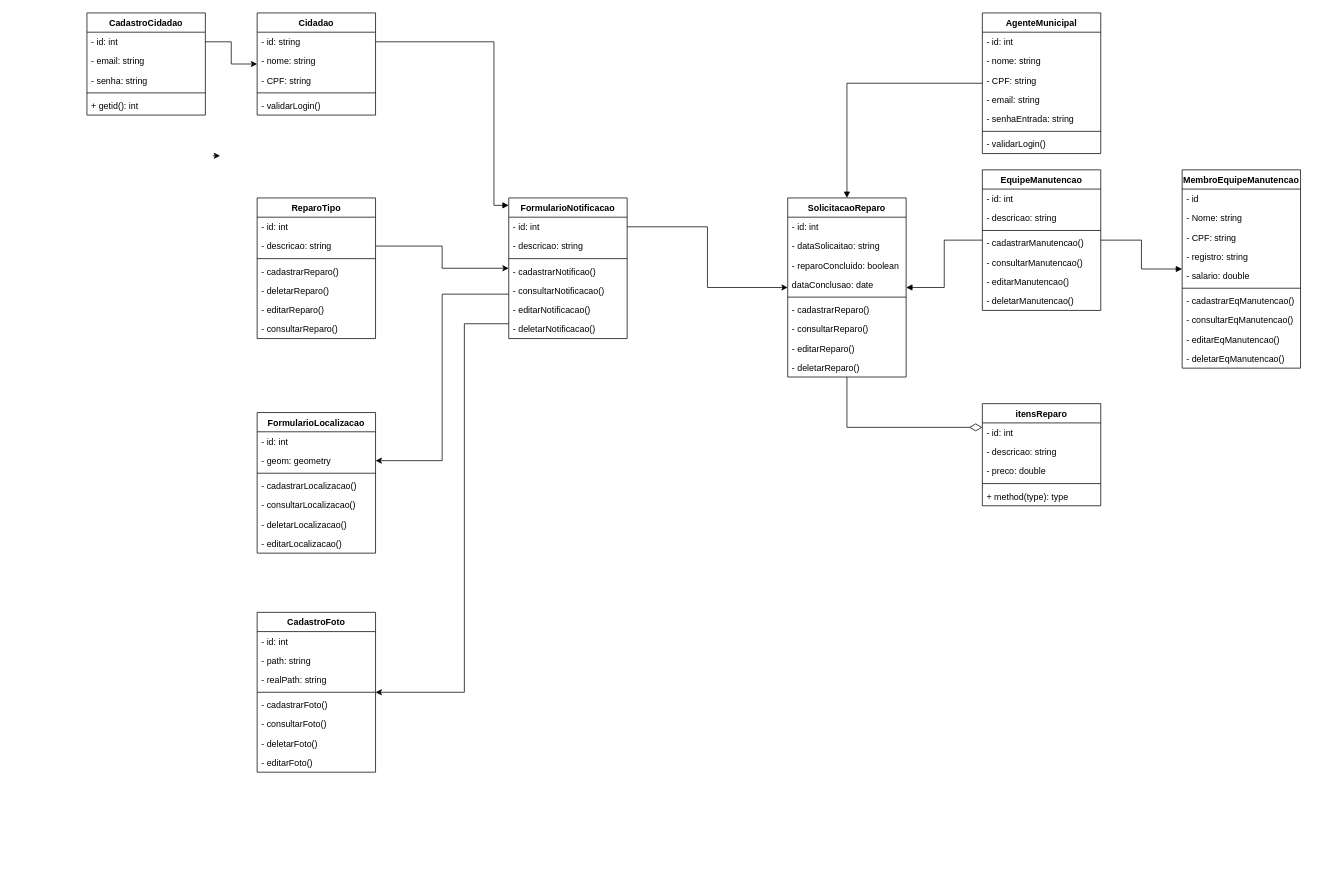
Earlier version of the draw.io diagram diagramas/classes.drawio (PuraFome/AEP-Segundo-Semestre-2022). Source tidied: cells renumbered, new cells numbered last; positions are measured from the earlier drawing's top-left corner, leaving out a move shared by most shapes. Both pictures are drawn from the tidied source at 74%, with x=0, y=0 at pixel (87, 13).
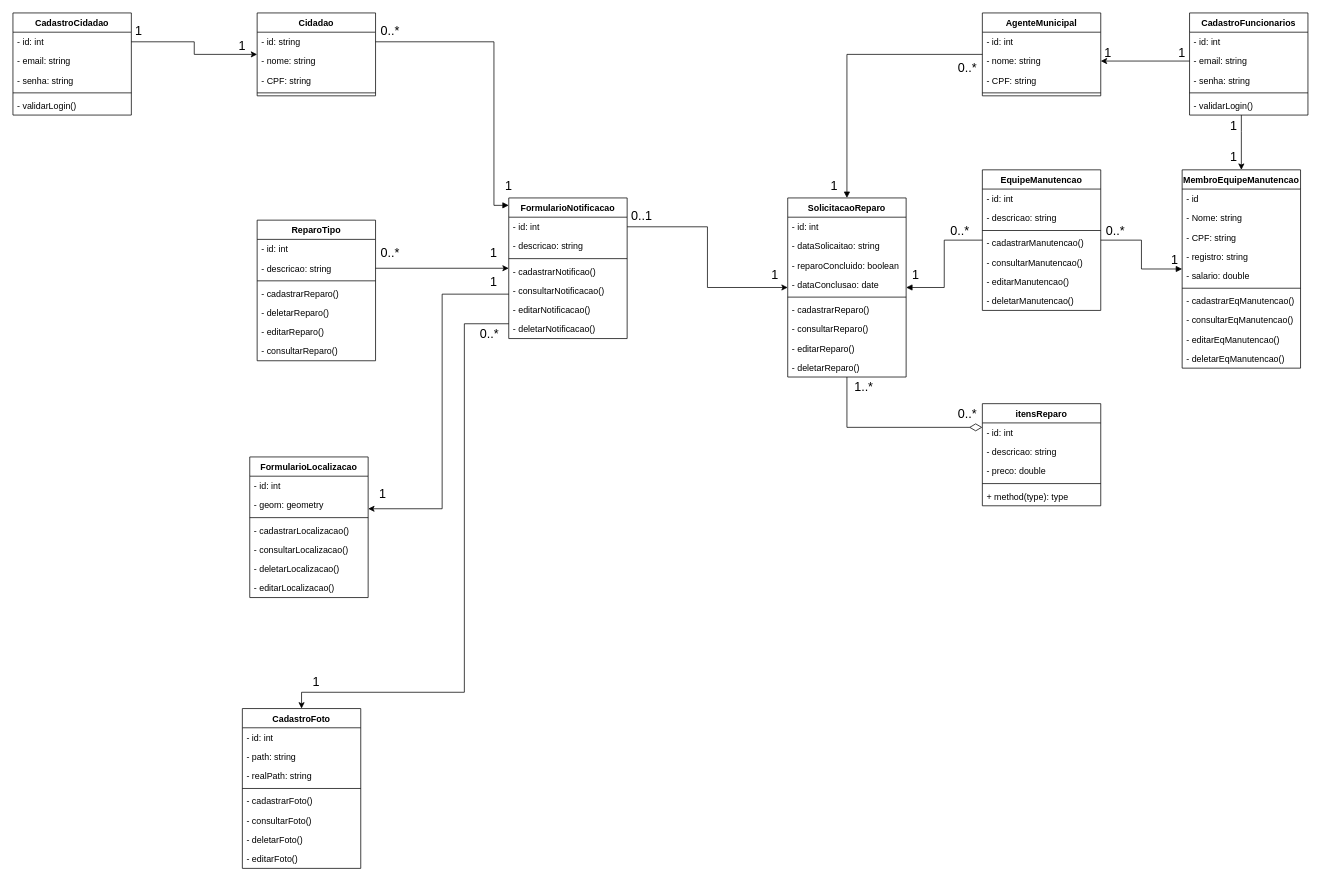
The same diagram, later.

The change refers to these unchanged cells:
```xml
<mxCell id="10" value="FormularioNotificacao" style="swimlane;fontStyle=1;align=center;verticalAlign=top;horizontal=1;startSize=26;" parent="1" vertex="1">
  <mxGeometry x="570" y="250" width="160" height="190" as="geometry" />
</mxCell>
<mxCell id="21" value="- geom: geometry" style="text;strokeColor=none;fillColor=none;align=left;verticalAlign=top;spacingLeft=4;spacingRight=4;overflow=hidden;points=[[0,0.5],[1,0.5]];portConstraint=eastwest;" parent="19" vertex="1">
  <mxGeometry y="52" width="160" height="26" as="geometry" />
</mxCell>
<mxCell id="39" value="SolicitacaoReparo" style="swimlane;fontStyle=1;align=center;verticalAlign=top;horizontal=1;startSize=26;" parent="1" vertex="1">
  <mxGeometry x="947" y="250" width="160" height="242" as="geometry" />
</mxCell>
<mxCell id="66" value="MembroEquipeManutencao" style="swimlane;fontStyle=1;align=center;verticalAlign=top;horizontal=1;startSize=26;" parent="1" vertex="1">
  <mxGeometry x="1480" y="212" width="160" height="268" as="geometry" />
</mxCell>
<mxCell id="87" value="- nome: string" style="text;strokeColor=none;fillColor=none;align=left;verticalAlign=top;spacingLeft=4;spacingRight=4;overflow=hidden;points=[[0,0.5],[1,0.5]];portConstraint=eastwest;" parent="85" vertex="1">
  <mxGeometry y="52" width="160" height="26" as="geometry" />
</mxCell>
```

What changed in the source:
```diff
@@
     <mxCell id="2" value="ReparoTipo" style="swimlane;fontStyle=1;align=center;verticalAlign=top;horizontal=1;startSize=26;" parent="1" vertex="1">
-      <mxGeometry x="230" y="250" width="160" height="190" as="geometry" />
+      <mxGeometry x="230" y="280" width="160" height="190" as="geometry" />
     </mxCell>
@@
     <mxCell id="19" value="FormularioLocalizacao" style="swimlane;fontStyle=1;align=center;verticalAlign=top;horizontal=1;startSize=26;" parent="1" vertex="1">
-      <mxGeometry x="230" y="540" width="160" height="190" as="geometry" />
+      <mxGeometry x="220" y="600" width="160" height="190" as="geometry" />
     </mxCell>
@@
     <mxCell id="27" style="edgeStyle=orthogonalEdgeStyle;rounded=0;jettySize=auto;html=1;" parent="1" edge="1" source="10" target="21">
       <mxGeometry relative="1" as="geometry">
         <Array as="points">
           <mxPoint x="480" y="380" />
-          <mxPoint x="480" y="605" />
+          <mxPoint x="480" y="670" />
         </Array>
       </mxGeometry>
     </mxCell>
     <mxCell id="28" value="CadastroFoto" style="swimlane;fontStyle=1;align=center;verticalAlign=top;horizontal=1;startSize=26;" parent="1" vertex="1">
-      <mxGeometry x="230" y="810" width="160" height="216" as="geometry" />
+      <mxGeometry x="210" y="940" width="160" height="216" as="geometry" />
     </mxCell>
@@
-    <mxCell id="43" value="dataConclusao: date" style="text;strokeColor=none;fillColor=none;align=left;verticalAlign=top;spacingLeft=4;spacingRight=4;overflow=hidden;" parent="39" vertex="1">
+    <mxCell id="43" value="- dataConclusao: date" style="text;strokeColor=none;fillColor=none;align=left;verticalAlign=top;spacingLeft=4;spacingRight=4;overflow=hidden;" parent="39" vertex="1">
       <mxGeometry y="104" width="160" height="26" as="geometry" />
     </mxCell>
@@
     <mxCell id="77" value="Cidadao" style="swimlane;fontStyle=1;align=center;verticalAlign=top;horizontal=1;startSize=26;" parent="1" vertex="1">
-      <mxGeometry x="230" width="160" height="138" as="geometry" />
+      <mxGeometry x="230" width="160" height="112" as="geometry" />
     </mxCell>
@@
-    <mxCell id="82" value="- validarLogin()" style="text;strokeColor=none;fillColor=none;align=left;verticalAlign=top;spacingLeft=4;spacingRight=4;overflow=hidden;" parent="77" vertex="1">
-      <mxGeometry y="112" width="160" height="26" as="geometry" />
-    </mxCell>
@@
     <mxCell id="85" value="AgenteMunicipal" style="swimlane;fontStyle=1;align=center;verticalAlign=top;horizontal=1;startSize=26;" parent="1" vertex="1">
-      <mxGeometry x="1210" width="160" height="190" as="geometry" />
+      <mxGeometry x="1210" width="160" height="112" as="geometry" />
     </mxCell>
@@
-    <mxCell id="89" value="- email: string" style="text;strokeColor=none;fillColor=none;align=left;verticalAlign=top;spacingLeft=4;spacingRight=4;overflow=hidden;points=[[0,0.5],[1,0.5]];portConstraint=eastwest;" parent="85" vertex="1">
-      <mxGeometry y="104" width="160" height="26" as="geometry" />
-    </mxCell>
-    <mxCell id="90" value="- senhaEntrada: string" style="text;strokeColor=none;fillColor=none;align=left;verticalAlign=top;spacingLeft=4;spacingRight=4;overflow=hidden;" parent="85" vertex="1">
-      <mxGeometry y="130" width="160" height="26" as="geometry" />
-    </mxCell>
     <mxCell id="91" style="line;strokeWidth=1;fillColor=none;align=left;verticalAlign=middle;spacingTop=-1;spacingLeft=3;spacingRight=3;labelPosition=right;strokeColor=inherit;" parent="85" vertex="1">
-      <mxGeometry y="156" width="160" height="8" as="geometry" />
+      <mxGeometry y="104" width="160" height="8" as="geometry" />
     </mxCell>
-    <mxCell id="92" value="- validarLogin()" style="text;strokeColor=none;fillColor=none;align=left;verticalAlign=top;spacingLeft=4;spacingRight=4;overflow=hidden;" parent="85" vertex="1">
-      <mxGeometry y="164" width="160" height="26" as="geometry" />
-    </mxCell>
     <mxCell id="93" value="CadastroCidadao" style="swimlane;fontStyle=1;align=center;verticalAlign=top;horizontal=1;startSize=26;" parent="1" vertex="1">
-      <mxGeometry width="160" height="138" as="geometry" />
+      <mxGeometry x="-100" width="160" height="138" as="geometry" />
     </mxCell>
@@
-    <mxCell id="98" value="+ getid(): int" style="text;strokeColor=none;fillColor=none;align=left;verticalAlign=top;spacingLeft=4;spacingRight=4;overflow=hidden;" parent="93" vertex="1">
-      <mxGeometry y="112" width="160" height="26" as="geometry" />
-    </mxCell>
+    <mxCell id="82" value="- validarLogin()" style="text;strokeColor=none;fillColor=none;align=left;verticalAlign=top;spacingLeft=4;spacingRight=4;overflow=hidden;" parent="93" vertex="1">
+      <mxGeometry y="112" width="160" height="26" as="geometry" />
+    </mxCell>
@@
-    <mxCell id="100" style="edgeStyle=orthogonalEdgeStyle;rounded=0;orthogonalLoop=1;jettySize=auto;html=1;exitX=0;exitY=0.5;exitDx=0;exitDy=0;entryX=0.1;entryY=0.5;entryDx=0;entryDy=0;entryPerimeter=0;" parent="1" edge="1">
-      <mxGeometry relative="1" as="geometry">
-        <mxPoint x="170" y="193" as="sourcePoint" />
-        <mxPoint x="180" y="193" as="targetPoint" />
-      </mxGeometry>
-    </mxCell>
+    <mxCell id="101" value="1" style="text;html=1;strokeColor=none;fillColor=none;align=center;verticalAlign=middle;whiteSpace=wrap;rounded=0;fontSize=17;" parent="1" vertex="1">
+      <mxGeometry x="40" y="10" width="60" height="30" as="geometry" />
+    </mxCell>
+    <mxCell id="102" value="1" style="text;html=1;strokeColor=none;fillColor=none;align=center;verticalAlign=middle;whiteSpace=wrap;rounded=0;fontSize=17;" parent="1" vertex="1">
+      <mxGeometry x="180" y="30" width="60" height="30" as="geometry" />
+    </mxCell>
+    <mxCell id="103" value="0..*" style="text;html=1;strokeColor=none;fillColor=none;align=center;verticalAlign=middle;whiteSpace=wrap;rounded=0;fontSize=17;" parent="1" vertex="1">
+      <mxGeometry x="380" y="10" width="60" height="30" as="geometry" />
+    </mxCell>
+    <mxCell id="104" value="1" style="text;html=1;strokeColor=none;fillColor=none;align=center;verticalAlign=middle;whiteSpace=wrap;rounded=0;fontSize=17;" parent="1" vertex="1">
+      <mxGeometry x="540" y="220" width="60" height="30" as="geometry" />
+    </mxCell>
+    <mxCell id="105" value="0..*" style="text;html=1;strokeColor=none;fillColor=none;align=center;verticalAlign=middle;whiteSpace=wrap;rounded=0;fontSize=17;" parent="1" vertex="1">
+      <mxGeometry x="380" y="310" width="60" height="30" as="geometry" />
+    </mxCell>
+    <mxCell id="106" value="1" style="text;html=1;strokeColor=none;fillColor=none;align=center;verticalAlign=middle;whiteSpace=wrap;rounded=0;fontSize=17;" parent="1" vertex="1">
+      <mxGeometry x="520" y="310" width="60" height="30" as="geometry" />
+    </mxCell>
+    <mxCell id="107" value="1" style="text;html=1;strokeColor=none;fillColor=none;align=center;verticalAlign=middle;whiteSpace=wrap;rounded=0;fontSize=17;" parent="1" vertex="1">
+      <mxGeometry x="520" y="350" width="60" height="30" as="geometry" />
+    </mxCell>
+    <mxCell id="108" value="1" style="text;html=1;strokeColor=none;fillColor=none;align=center;verticalAlign=middle;whiteSpace=wrap;rounded=0;fontSize=17;" parent="1" vertex="1">
+      <mxGeometry x="370" y="636" width="60" height="30" as="geometry" />
+    </mxCell>
+    <mxCell id="109" value="1" style="text;html=1;strokeColor=none;fillColor=none;align=center;verticalAlign=middle;whiteSpace=wrap;rounded=0;fontSize=17;" parent="1" vertex="1">
+      <mxGeometry x="280" y="890" width="60" height="30" as="geometry" />
+    </mxCell>
+    <mxCell id="110" value="0..*" style="text;html=1;strokeColor=none;fillColor=none;align=center;verticalAlign=middle;whiteSpace=wrap;rounded=0;fontSize=17;" parent="1" vertex="1">
+      <mxGeometry x="514" y="420" width="60" height="30" as="geometry" />
+    </mxCell>
+    <mxCell id="111" value="0..1" style="text;html=1;strokeColor=none;fillColor=none;align=center;verticalAlign=middle;whiteSpace=wrap;rounded=0;fontSize=17;" parent="1" vertex="1">
+      <mxGeometry x="720" y="260" width="60" height="30" as="geometry" />
+    </mxCell>
+    <mxCell id="112" value="1" style="text;html=1;strokeColor=none;fillColor=none;align=center;verticalAlign=middle;whiteSpace=wrap;rounded=0;fontSize=17;" parent="1" vertex="1">
+      <mxGeometry x="900" y="340" width="60" height="30" as="geometry" />
+    </mxCell>
+    <mxCell id="113" value="1" style="text;html=1;strokeColor=none;fillColor=none;align=center;verticalAlign=middle;whiteSpace=wrap;rounded=0;fontSize=17;" parent="1" vertex="1">
+      <mxGeometry x="1090" y="340" width="60" height="30" as="geometry" />
+    </mxCell>
+    <mxCell id="114" value="0..*" style="text;html=1;strokeColor=none;fillColor=none;align=center;verticalAlign=middle;whiteSpace=wrap;rounded=0;fontSize=17;" parent="1" vertex="1">
+      <mxGeometry x="1150" y="280" width="60" height="30" as="geometry" />
+    </mxCell>
+    <mxCell id="115" value="0..*" style="text;html=1;strokeColor=none;fillColor=none;align=center;verticalAlign=middle;whiteSpace=wrap;rounded=0;fontSize=17;" parent="1" vertex="1">
+      <mxGeometry x="1360" y="280" width="60" height="30" as="geometry" />
+    </mxCell>
+    <mxCell id="116" value="1" style="text;html=1;strokeColor=none;fillColor=none;align=center;verticalAlign=middle;whiteSpace=wrap;rounded=0;fontSize=17;" parent="1" vertex="1">
+      <mxGeometry x="1440" y="320" width="60" height="30" as="geometry" />
+    </mxCell>
+    <mxCell id="117" value="0..*" style="text;html=1;strokeColor=none;fillColor=none;align=center;verticalAlign=middle;whiteSpace=wrap;rounded=0;fontSize=17;" parent="1" vertex="1">
+      <mxGeometry x="1160" y="60" width="60" height="30" as="geometry" />
+    </mxCell>
+    <mxCell id="118" value="1" style="text;html=1;strokeColor=none;fillColor=none;align=center;verticalAlign=middle;whiteSpace=wrap;rounded=0;fontSize=17;" parent="1" vertex="1">
+      <mxGeometry x="980" y="220" width="60" height="30" as="geometry" />
+    </mxCell>
+    <mxCell id="119" style="edgeStyle=orthogonalEdgeStyle;rounded=0;jettySize=auto;html=1;fontSize=17;" parent="1" edge="1" source="120" target="66">
+      <mxGeometry relative="1" as="geometry">
+        <Array as="points">
+          <mxPoint x="1560" y="160" />
+          <mxPoint x="1560" y="160" />
+        </Array>
+      </mxGeometry>
+    </mxCell>
+    <mxCell id="120" value="CadastroFuncionarios" style="swimlane;fontStyle=1;align=center;verticalAlign=top;horizontal=1;startSize=26;" parent="1" vertex="1">
+      <mxGeometry x="1490" width="160" height="138" as="geometry" />
+    </mxCell>
+    <mxCell id="121" value="- id: int" style="text;strokeColor=none;fillColor=none;align=left;verticalAlign=top;spacingLeft=4;spacingRight=4;overflow=hidden;" parent="120" vertex="1">
+      <mxGeometry y="26" width="160" height="26" as="geometry" />
+    </mxCell>
+    <mxCell id="89" value="- email: string" style="text;strokeColor=none;fillColor=none;align=left;verticalAlign=top;spacingLeft=4;spacingRight=4;overflow=hidden;points=[[0,0.5],[1,0.5]];portConstraint=eastwest;" parent="120" vertex="1">
+      <mxGeometry y="52" width="160" height="26" as="geometry" />
+    </mxCell>
+    <mxCell id="122" value="- senha: string" style="text;strokeColor=none;fillColor=none;align=left;verticalAlign=top;spacingLeft=4;spacingRight=4;overflow=hidden;" parent="120" vertex="1">
+      <mxGeometry y="78" width="160" height="26" as="geometry" />
+    </mxCell>
+    <mxCell id="123" style="line;strokeWidth=1;fillColor=none;align=left;verticalAlign=middle;spacingTop=-1;spacingLeft=3;spacingRight=3;labelPosition=right;strokeColor=inherit;" parent="120" vertex="1">
+      <mxGeometry y="104" width="160" height="8" as="geometry" />
+    </mxCell>
+    <mxCell id="92" value="- validarLogin()" style="text;strokeColor=none;fillColor=none;align=left;verticalAlign=top;spacingLeft=4;spacingRight=4;overflow=hidden;" parent="120" vertex="1">
+      <mxGeometry y="112" width="160" height="26" as="geometry" />
+    </mxCell>
+    <mxCell id="124" style="edgeStyle=orthogonalEdgeStyle;rounded=0;jettySize=auto;html=1;fontSize=17;" parent="1" edge="1" source="89" target="87">
+      <mxGeometry relative="1" as="geometry" />
+    </mxCell>
+    <mxCell id="125" value="1" style="text;html=1;strokeColor=none;fillColor=none;align=center;verticalAlign=middle;whiteSpace=wrap;rounded=0;fontSize=17;" parent="1" vertex="1">
+      <mxGeometry x="1350" y="40" width="60" height="30" as="geometry" />
+    </mxCell>
+    <mxCell id="126" value="1" style="text;html=1;strokeColor=none;fillColor=none;align=center;verticalAlign=middle;whiteSpace=wrap;rounded=0;fontSize=17;" parent="1" vertex="1">
+      <mxGeometry x="1450" y="40" width="60" height="30" as="geometry" />
+    </mxCell>
+    <mxCell id="127" value="1" style="text;html=1;strokeColor=none;fillColor=none;align=center;verticalAlign=middle;whiteSpace=wrap;rounded=0;fontSize=17;" parent="1" vertex="1">
+      <mxGeometry x="1520" y="138" width="60" height="30" as="geometry" />
+    </mxCell>
+    <mxCell id="128" value="1" style="text;html=1;strokeColor=none;fillColor=none;align=center;verticalAlign=middle;whiteSpace=wrap;rounded=0;fontSize=17;" parent="1" vertex="1">
+      <mxGeometry x="1520" y="180" width="60" height="30" as="geometry" />
+    </mxCell>
+    <mxCell id="129" value="0..*" style="text;html=1;strokeColor=none;fillColor=none;align=center;verticalAlign=middle;whiteSpace=wrap;rounded=0;fontSize=17;" parent="1" vertex="1">
+      <mxGeometry x="1160" y="528" width="60" height="30" as="geometry" />
+    </mxCell>
+    <mxCell id="130" value="1..*" style="text;html=1;strokeColor=none;fillColor=none;align=center;verticalAlign=middle;whiteSpace=wrap;rounded=0;fontSize=17;" parent="1" vertex="1">
+      <mxGeometry x="1020" y="492" width="60" height="30" as="geometry" />
+    </mxCell>
```
